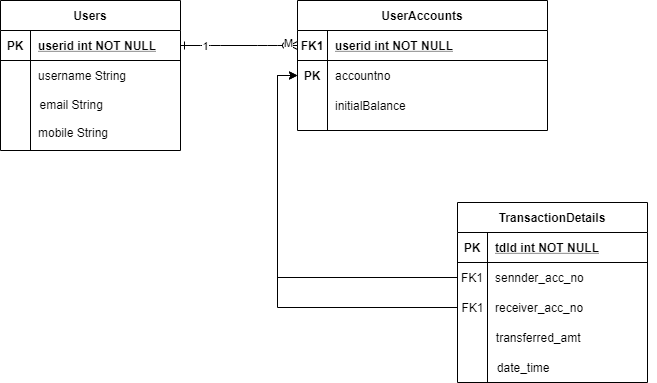
Before: EntityDiagram.png, a diagram exported from draw.io (mmsmz/springboot-assessment). Source tidied: cells renumbered, new cells last; positions are measured from the earlier drawing's top-left corner, leaving out a move shared by most shapes. Its diagram source:
```xml
<mxGraphModel>
  <root>
    <mxCell id="0" />
    <mxCell id="1" parent="0" />
    <mxCell id="2" style="edgeStyle=entityRelationEdgeStyle;endArrow=ERzeroToMany;startArrow=ERone;endFill=1;startFill=0;entryX=0;entryY=0.5;entryDx=0;entryDy=0;" parent="1" edge="1" source="7" target="31">
      <mxGeometry relative="1" as="geometry" />
    </mxCell>
    <mxCell id="3" value="1" style="edgeLabel;html=1;align=center;verticalAlign=middle;" parent="2" vertex="1">
      <mxGeometry x="-0.59" relative="1" as="geometry" />
    </mxCell>
    <mxCell id="4" value="M" style="edgeLabel;html=1;align=center;verticalAlign=middle;" parent="2" vertex="1">
      <mxGeometry x="0.82" y="3" relative="1" as="geometry" />
    </mxCell>
    <mxCell id="5" style="group;" parent="1" vertex="1">
      <mxGeometry width="180" height="150" as="geometry" />
    </mxCell>
    <mxCell id="6" value="Users" style="shape=table;startSize=30;rowLines=0;fontStyle=1;align=center;" parent="5" vertex="1">
      <mxGeometry width="180" height="150" as="geometry" />
    </mxCell>
    <mxCell id="7" style="shape=partialRectangle;fillColor=none;points=[[0,0.5],[1,0.5]];portConstraint=eastwest;top=0;left=0;right=0;bottom=1;" parent="6" vertex="1">
      <mxGeometry y="30" width="180" height="30" as="geometry" />
    </mxCell>
    <mxCell id="8" value="PK" style="shape=partialRectangle;overflow=hidden;fillColor=none;top=0;left=0;bottom=0;right=0;fontStyle=1;" parent="7" vertex="1">
      <mxGeometry width="30" height="30" as="geometry" />
    </mxCell>
    <mxCell id="9" value="userid int NOT NULL " style="shape=partialRectangle;overflow=hidden;fillColor=none;top=0;left=0;bottom=0;right=0;align=left;spacingLeft=6;fontStyle=5;" parent="7" vertex="1">
      <mxGeometry x="30" width="150" height="30" as="geometry" />
    </mxCell>
    <mxCell id="10" style="shape=partialRectangle;fillColor=none;top=0;left=0;right=0;bottom=0;" parent="6" vertex="1">
      <mxGeometry y="60" width="180" height="30" as="geometry" />
    </mxCell>
    <mxCell id="11" style="shape=partialRectangle;overflow=hidden;fillColor=none;top=0;left=0;bottom=0;right=0;" parent="10" vertex="1">
      <mxGeometry width="30" height="30" as="geometry" />
    </mxCell>
    <mxCell id="12" value="username String" style="shape=partialRectangle;overflow=hidden;fillColor=none;top=0;left=0;bottom=0;right=0;align=left;spacingLeft=6;" parent="10" vertex="1">
      <mxGeometry x="30" width="150" height="30" as="geometry" />
    </mxCell>
    <mxCell id="13" value="mobile String" style="shape=partialRectangle;overflow=hidden;fillColor=none;top=0;left=0;bottom=0;right=0;align=left;spacingLeft=6;" parent="5" vertex="1">
      <mxGeometry x="30" y="117" width="90" height="30" as="geometry" />
    </mxCell>
    <mxCell id="14" value="email String" style="shape=partialRectangle;overflow=hidden;fillColor=none;top=0;left=0;bottom=0;right=0;align=left;spacingLeft=6;fontStyle=0;" parent="5" vertex="1">
      <mxGeometry x="31.5" y="90" width="108.5" height="28" as="geometry" />
    </mxCell>
    <mxCell id="15" style="group;" parent="1" vertex="1">
      <mxGeometry x="457" y="202" width="199" height="180" as="geometry" />
    </mxCell>
    <mxCell id="16" value="transferred_amt" style="shape=partialRectangle;overflow=hidden;fillColor=none;top=0;left=0;bottom=0;right=0;align=left;spacingLeft=6;" parent="15" vertex="1">
      <mxGeometry x="30.8" y="120" width="167.2" height="30" as="geometry" />
    </mxCell>
    <mxCell id="17" value="date_time" style="shape=partialRectangle;overflow=hidden;fillColor=none;top=0;left=0;bottom=0;right=0;align=left;spacingLeft=6;" parent="15" vertex="1">
      <mxGeometry x="31.8" y="150" width="167.2" height="30" as="geometry" />
    </mxCell>
    <mxCell id="18" style="group;" parent="15" vertex="1">
      <mxGeometry width="190" height="180" as="geometry" />
    </mxCell>
    <mxCell id="19" value="TransactionDetails" style="shape=table;startSize=30;rowLines=0;fontStyle=1;align=center;" parent="18" vertex="1">
      <mxGeometry width="190" height="180" as="geometry" />
    </mxCell>
    <mxCell id="20" style="shape=partialRectangle;fillColor=none;top=0;left=0;right=0;bottom=1;" parent="19" vertex="1">
      <mxGeometry y="30" width="190" height="30" as="geometry" />
    </mxCell>
    <mxCell id="21" value="PK" style="shape=partialRectangle;overflow=hidden;fillColor=none;top=0;left=0;bottom=0;right=0;fontStyle=1;" parent="20" vertex="1">
      <mxGeometry width="30" height="30" as="geometry" />
    </mxCell>
    <mxCell id="22" value="tdId int NOT NULL" style="shape=partialRectangle;overflow=hidden;fillColor=none;top=0;left=0;bottom=0;right=0;align=left;spacingLeft=6;fontStyle=5;" parent="20" vertex="1">
      <mxGeometry x="30" width="160" height="30" as="geometry" />
    </mxCell>
    <mxCell id="23" style="shape=partialRectangle;fillColor=none;points=[[0,0.5],[1,0.5]];portConstraint=eastwest;top=0;left=0;right=0;bottom=0;" parent="19" vertex="1">
      <mxGeometry y="60" width="190" height="30" as="geometry" />
    </mxCell>
    <mxCell id="24" value="FK1" style="shape=partialRectangle;overflow=hidden;fillColor=none;top=0;left=0;bottom=0;right=0;" parent="23" vertex="1">
      <mxGeometry width="30" height="30" as="geometry" />
    </mxCell>
    <mxCell id="25" value="sennder_acc_no" style="shape=partialRectangle;overflow=hidden;fillColor=none;top=0;left=0;bottom=0;right=0;align=left;spacingLeft=6;" parent="23" vertex="1">
      <mxGeometry x="30" width="160" height="30" as="geometry" />
    </mxCell>
    <mxCell id="26" style="shape=partialRectangle;fillColor=none;points=[[0,0.5],[1,0.5]];portConstraint=eastwest;top=0;left=0;right=0;bottom=0;" parent="19" vertex="1">
      <mxGeometry y="90" width="190" height="30" as="geometry" />
    </mxCell>
    <mxCell id="27" style="shape=partialRectangle;overflow=hidden;fillColor=none;top=0;left=0;bottom=0;right=0;" parent="26" vertex="1">
      <mxGeometry width="30" height="30" as="geometry" />
    </mxCell>
    <mxCell id="28" value="receiver_acc_no" style="shape=partialRectangle;overflow=hidden;fillColor=none;top=0;left=0;bottom=0;right=0;align=left;spacingLeft=6;" parent="26" vertex="1">
      <mxGeometry x="30" width="160" height="30" as="geometry" />
    </mxCell>
    <mxCell id="29" value="FK1" style="shape=partialRectangle;overflow=hidden;fillColor=none;top=0;left=0;bottom=0;right=0;" parent="18" vertex="1">
      <mxGeometry x="4" y="90" width="22.8" height="30" as="geometry" />
    </mxCell>
    <mxCell id="30" value="UserAccounts" style="shape=table;startSize=30;rowLines=0;fontStyle=1;align=center;" parent="1" vertex="1">
      <mxGeometry x="297" width="250" height="130" as="geometry" />
    </mxCell>
    <mxCell id="31" style="shape=partialRectangle;fillColor=none;points=[[0,0.5],[1,0.5]];portConstraint=eastwest;top=0;left=0;right=0;bottom=1;" parent="30" vertex="1">
      <mxGeometry y="30" width="250" height="30" as="geometry" />
    </mxCell>
    <mxCell id="32" value="FK1" style="shape=partialRectangle;overflow=hidden;fillColor=none;top=0;left=0;bottom=0;right=0;fontStyle=1;" parent="31" vertex="1">
      <mxGeometry width="30" height="30" as="geometry" />
    </mxCell>
    <mxCell id="33" value="userid int NOT NULL " style="shape=partialRectangle;overflow=hidden;fillColor=none;top=0;left=0;bottom=0;right=0;align=left;spacingLeft=6;fontStyle=5;" parent="31" vertex="1">
      <mxGeometry x="30" width="220" height="30" as="geometry" />
    </mxCell>
    <mxCell id="34" style="shape=partialRectangle;fillColor=none;points=[[0,0.5],[1,0.5]];portConstraint=eastwest;top=0;left=0;right=0;bottom=0;" parent="30" vertex="1">
      <mxGeometry y="60" width="250" height="30" as="geometry" />
    </mxCell>
    <mxCell id="35" value="PK" style="shape=partialRectangle;overflow=hidden;fillColor=none;top=0;left=0;bottom=0;right=0;fontStyle=1;" parent="34" vertex="1">
      <mxGeometry width="30" height="30" as="geometry" />
    </mxCell>
    <mxCell id="36" value="accountno" style="shape=partialRectangle;overflow=hidden;fillColor=none;top=0;left=0;bottom=0;right=0;align=left;spacingLeft=6;" parent="34" vertex="1">
      <mxGeometry x="30" width="220" height="30" as="geometry" />
    </mxCell>
    <mxCell id="37" style="shape=partialRectangle;fillColor=none;top=0;left=0;right=0;bottom=0;" parent="30" vertex="1">
      <mxGeometry y="90" width="250" height="30" as="geometry" />
    </mxCell>
    <mxCell id="38" style="shape=partialRectangle;overflow=hidden;fillColor=none;top=0;left=0;bottom=0;right=0;" parent="37" vertex="1">
      <mxGeometry width="30" height="30" as="geometry" />
    </mxCell>
    <mxCell id="39" value="initialBalance" style="shape=partialRectangle;overflow=hidden;fillColor=none;top=0;left=0;bottom=0;right=0;align=left;spacingLeft=6;" parent="37" vertex="1">
      <mxGeometry x="30" width="220" height="30" as="geometry" />
    </mxCell>
    <mxCell id="40" style="edgeStyle=orthogonalEdgeStyle;rounded=0;jettySize=auto;html=1;entryX=0;entryY=0.5;entryDx=0;entryDy=0;exitX=0;exitY=0.5;exitDx=0;exitDy=0;" parent="1" edge="1" source="23" target="34">
      <mxGeometry relative="1" as="geometry" />
    </mxCell>
    <mxCell id="41" style="edgeStyle=orthogonalEdgeStyle;rounded=0;jettySize=auto;html=1;entryX=0;entryY=0.5;entryDx=0;entryDy=0;" parent="1" edge="1" source="26" target="34">
      <mxGeometry relative="1" as="geometry" />
    </mxCell>
  </root>
</mxGraphModel>
```
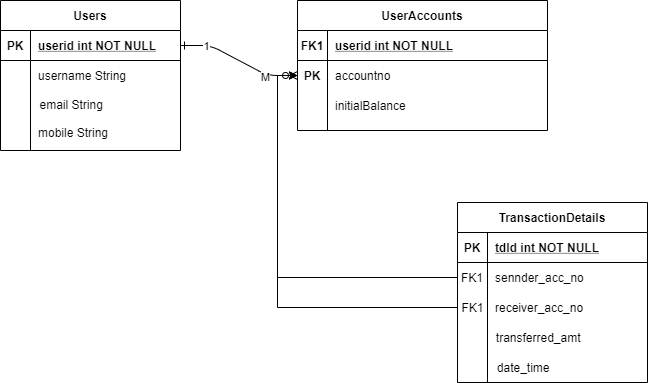
The same diagram one commit later.

Diff of the diagram source:
```diff
@@ -2,14 +2,14 @@
   <root>
     <mxCell id="0" />
     <mxCell id="1" parent="0" />
-    <mxCell id="2" style="edgeStyle=entityRelationEdgeStyle;endArrow=ERzeroToMany;startArrow=ERone;endFill=1;startFill=0;entryX=0;entryY=0.5;entryDx=0;entryDy=0;" parent="1" edge="1" source="7" target="31">
+    <mxCell id="2" style="edgeStyle=entityRelationEdgeStyle;endArrow=ERzeroToMany;startArrow=ERone;endFill=1;startFill=0;entryX=0;entryY=0.5;entryDx=0;entryDy=0;" parent="1" edge="1" source="7" target="34">
       <mxGeometry relative="1" as="geometry" />
     </mxCell>
     <mxCell id="3" value="1" style="edgeLabel;html=1;align=center;verticalAlign=middle;" parent="2" vertex="1">
       <mxGeometry x="-0.59" relative="1" as="geometry" />
     </mxCell>
     <mxCell id="4" value="M" style="edgeLabel;html=1;align=center;verticalAlign=middle;" parent="2" vertex="1">
-      <mxGeometry x="0.82" y="3" relative="1" as="geometry" />
+      <mxGeometry x="0.5" y="-2" relative="1" as="geometry" />
     </mxCell>
     <mxCell id="5" style="group;" parent="1" vertex="1">
       <mxGeometry width="180" height="150" as="geometry" />
```
